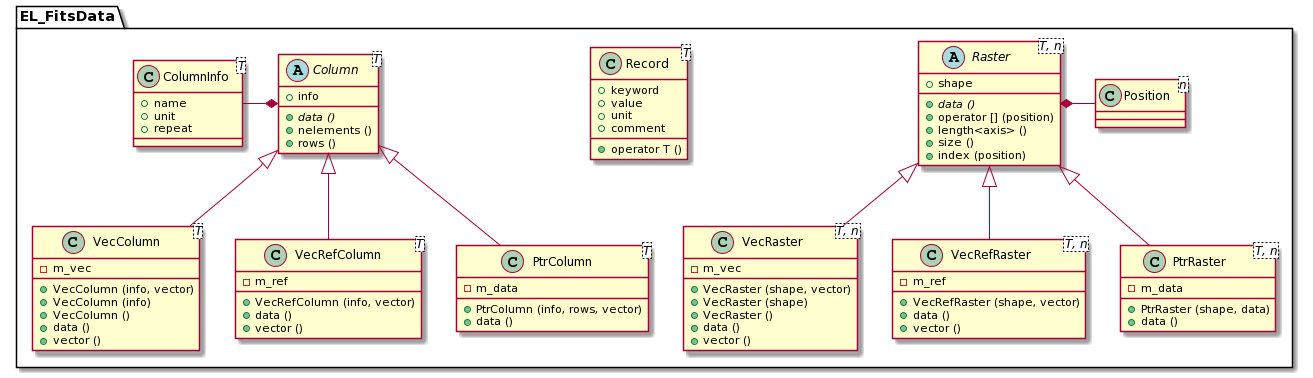
The PlantUML diagram doc/diagrams/out/FitsData.png in CNES/EleFits, before a commit.
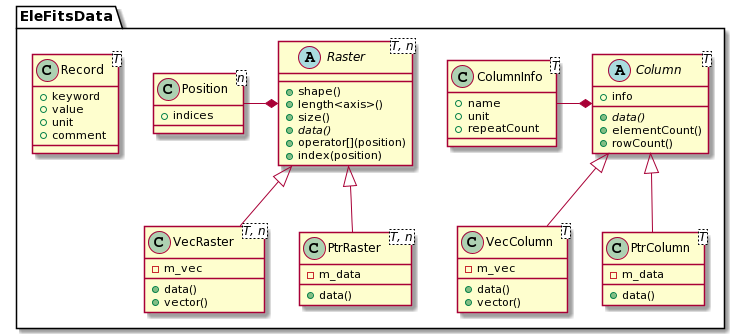
Later version of the same file.

The edit, as a diff of the source:
```diff
@@ -1,50 +1,36 @@
 @startuml
-package EL_FitsData {
-
-Raster <|-- VecRaster
-Raster <|-- VecRefRaster
-Raster <|-- PtrRaster
-Raster *- Position
-
-Record -[hidden] Record
+package EleFitsData {
 
 Column <|-- VecColumn
-Column <|-- VecRefColumn
 Column <|-- PtrColumn
 ColumnInfo -* Column
 
+Raster <|-- VecRaster
+Raster <|-- PtrRaster
+Position -* Raster
+
 class Position<n> {
++ indices
 }
 
 abstract class Raster<T, n> {
-+ shape
-+ {abstract} data ()
-+ operator [] (position)
-+ length<axis> ()
-+ size ()
-+ index (position)
++ shape()
++ length<axis>()
++ size()
++ {abstract} data()
++ operator[](position)
++ index(position)
 }
 
 class VecRaster<T, n> {
 - m_vec
-+ VecRaster (shape, vector)
-+ VecRaster (shape)
-+ VecRaster ()
-+ data ()
-+ vector ()
-}
-
-class VecRefRaster<T, n> {
-- m_ref
-+ VecRefRaster (shape, vector)
-+ data ()
-+ vector ()
++ data()
++ vector()
 }
 
 class PtrRaster<T, n> {
 - m_data
-+ PtrRaster (shape, data)
-+ data ()
++ data()
 }
 
 class Record<T> {
@@ -52,42 +38,30 @@
 + value
 + unit
 + comment
-+ operator T ()
 }
 
 class ColumnInfo<T> {
 + name
 + unit
-+ repeat
++ repeatCount
 }
 
 abstract class Column<T> {
 + info
-+ {abstract} data ()
-+ nelements ()
-+ rows ()
++ {abstract} data()
++ elementCount()
++ rowCount()
 }
 
 class VecColumn<T> {
 - m_vec
-+ VecColumn (info, vector)
-+ VecColumn (info)
-+ VecColumn ()
-+ data ()
-+ vector ()
-}
-
-class VecRefColumn<T> {
-- m_ref
-+ VecRefColumn (info, vector)
-+ data ()
-+ vector ()
++ data()
++ vector()
 }
 
 class PtrColumn<T> {
 - m_data
-+ PtrColumn (info, rows, vector)
-+ data ()
++ data()
 }
 
 }
```
